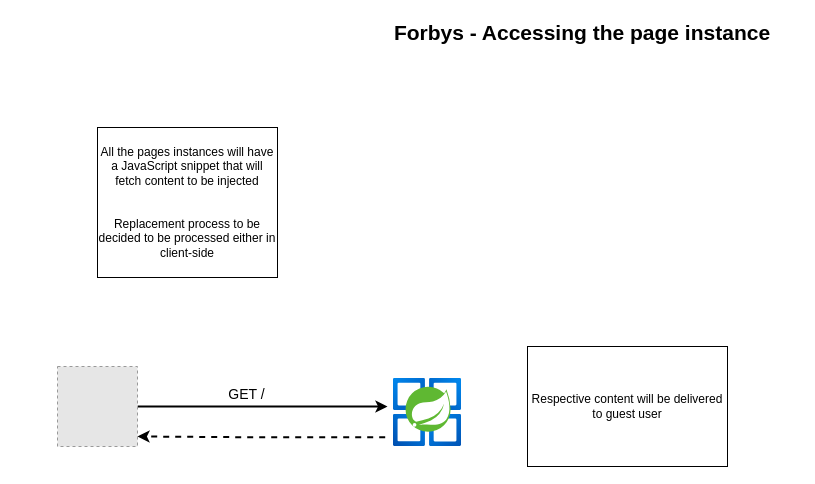
Odrakir1/forbys keeps this draw.io diagram as page "Accessing the page instance" (3 of 4) of Diagrama sem nome.drawio. Above is the earlier version. Source tidied: cells renumbered, new cells numbered last; positions are measured from the earlier drawing's top-left corner, leaving out a move shared by most shapes. Both pictures are drawn from the tidied source at 100%, with x=0, y=0 at pixel (57, 17). Pictures stored in the file or linked from it are replaced by grey dashed boxes.
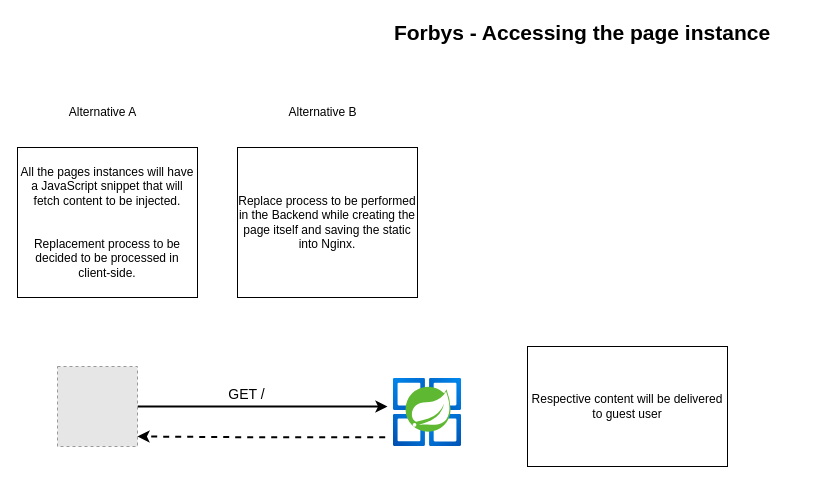
The same diagram, later.

Diff of the diagram source:
```diff
@@
 <mxGraphModel>
   <root>
     <mxCell id="0" />
     <mxCell id="1" parent="0" />
     <mxCell id="2" value="&lt;font style=&quot;font-size: 21px;&quot;&gt;&lt;b&gt;Forbys - Accessing the page instance&lt;/b&gt;&lt;/font&gt;" style="text;html=1;align=center;verticalAlign=middle;whiteSpace=wrap;rounded=0;" parent="1" vertex="1">
       <mxGeometry x="310" width="430" height="30" as="geometry" />
     </mxCell>
     <mxCell id="3" style="edgeStyle=orthogonalEdgeStyle;rounded=0;jettySize=auto;html=1;strokeWidth=2;" parent="1" edge="1" source="5">
       <mxGeometry relative="1" as="geometry">
         <mxPoint x="330" y="389" as="targetPoint" />
       </mxGeometry>
     </mxCell>
     <mxCell id="4" value="&lt;font style=&quot;font-size: 14px;&quot;&gt;GET /&lt;/font&gt;" style="edgeLabel;html=1;align=center;verticalAlign=middle;" parent="3" vertex="1">
       <mxGeometry x="-0.14" y="1" relative="1" as="geometry">
         <mxPoint y="-12" as="offset" />
       </mxGeometry>
     </mxCell>
     <mxCell id="5" style="fillColor=#E6E6E6;strokeColor=#999999;dashed=1;html=1;verticalAlign=top;verticalLabelPosition=bottom;labelBackgroundColor=#ffffff;" parent="1" vertex="1">
       <mxGeometry y="349" width="80" height="80" as="geometry" />
     </mxCell>
     <mxCell id="6" style="edgeStyle=orthogonalEdgeStyle;rounded=0;orthogonalLoop=1;jettySize=auto;html=1;exitX=0.025;exitY=0.865;exitDx=0;exitDy=0;exitPerimeter=0;strokeWidth=2;dashed=1;" parent="1" edge="1">
       <mxGeometry relative="1" as="geometry">
         <mxPoint x="327.7" y="419.8" as="sourcePoint" />
         <mxPoint x="80" y="419" as="targetPoint" />
         <Array as="points">
           <mxPoint x="204" y="420" />
         </Array>
       </mxGeometry>
     </mxCell>
     <mxCell id="7" style="image;html=1;align=center;fontSize=12;image=img/lib/azure2/compute/Azure_Spring_Cloud.svg;" parent="1" vertex="1">
       <mxGeometry x="336" y="361" width="68" height="68" as="geometry" />
     </mxCell>
-    <mxCell id="8" value="All the pages instances will have a JavaScript snippet that will fetch content to be injected&lt;br&gt;&lt;br&gt;&lt;br&gt;Replacement process to be decided to be processed either in client-side" style="rounded=0;whiteSpace=wrap;html=1;" parent="1" vertex="1">
-      <mxGeometry x="40" y="110" width="180" height="150" as="geometry" />
+    <mxCell id="8" value="All the pages instances will have a JavaScript snippet that will fetch content to be injected.&lt;br&gt;&lt;br&gt;&lt;br&gt;Replacement process to be decided to be processed in client-side." style="rounded=0;whiteSpace=wrap;html=1;" parent="1" vertex="1">
+      <mxGeometry x="-40" y="130" width="180" height="150" as="geometry" />
     </mxCell>
     <mxCell id="9" value="Respective content will be delivered to guest user" style="rounded=0;whiteSpace=wrap;html=1;" parent="1" vertex="1">
       <mxGeometry x="470" y="329" width="200" height="120" as="geometry" />
     </mxCell>
+    <mxCell id="10" value="Alternative A" style="text;html=1;align=center;verticalAlign=middle;strokeColor=none;fillColor=none;" parent="1" vertex="1">
+      <mxGeometry y="80" width="90" height="30" as="geometry" />
+    </mxCell>
+    <mxCell id="11" value="Replace process to be performed in the Backend while creating the page itself and saving the static into Nginx." style="rounded=0;whiteSpace=wrap;html=1;" parent="1" vertex="1">
+      <mxGeometry x="180" y="130" width="180" height="150" as="geometry" />
+    </mxCell>
+    <mxCell id="12" value="Alternative B" style="text;html=1;align=center;verticalAlign=middle;strokeColor=none;fillColor=none;" parent="1" vertex="1">
+      <mxGeometry x="220" y="80" width="90" height="30" as="geometry" />
+    </mxCell>
   </root>
 </mxGraphModel>
```
